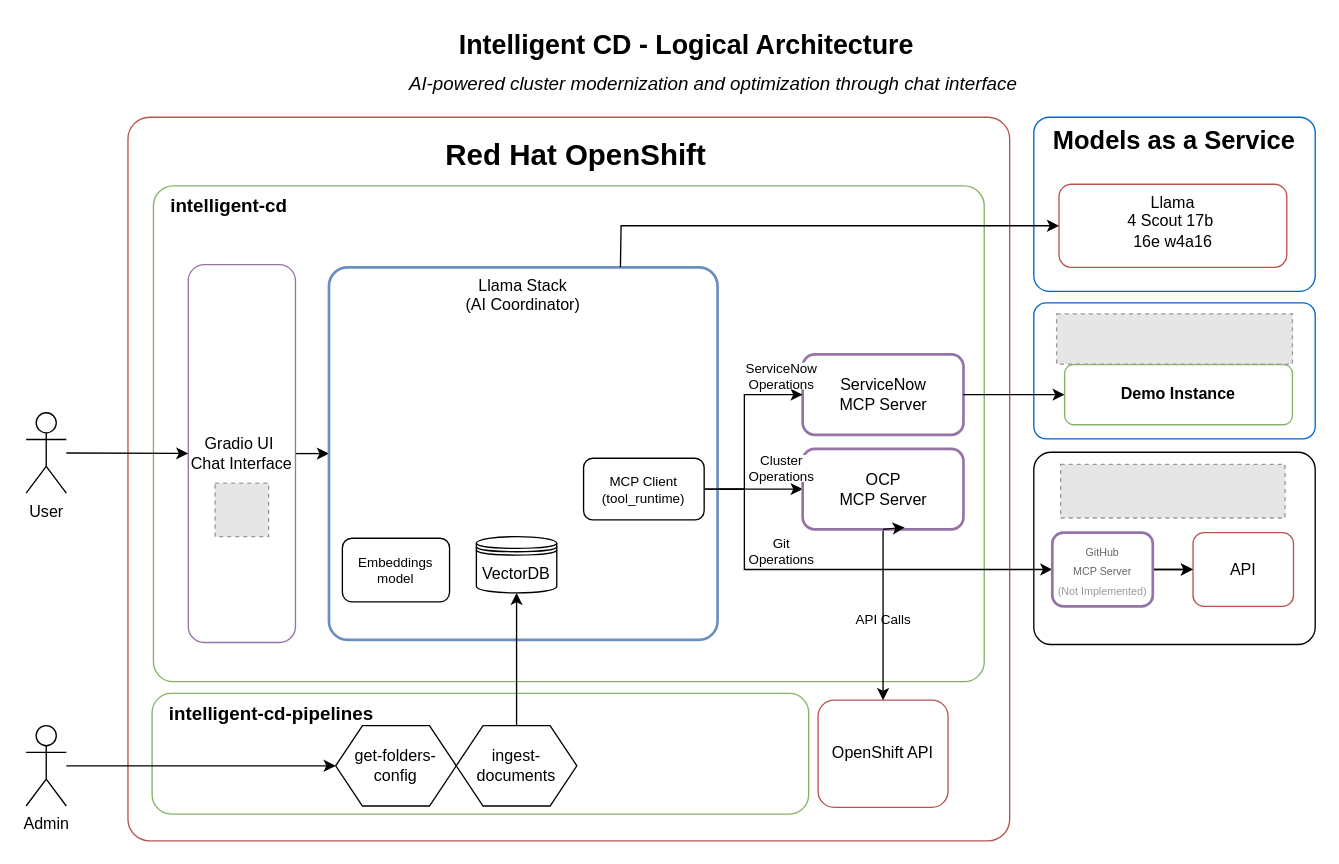
Above: architecture.drawio in alpha-hack-program/intelligent-cd-iberia (draw.io), before the change. Source tidied: cells renumbered, new cells numbered last; positions are measured from the earlier drawing's top-left corner, leaving out a move shared by most shapes. Both pictures are drawn from the tidied source at 134%, with x=0, y=0 at pixel (25, 23). Pictures stored in the file or linked from it are replaced by grey dashed boxes.
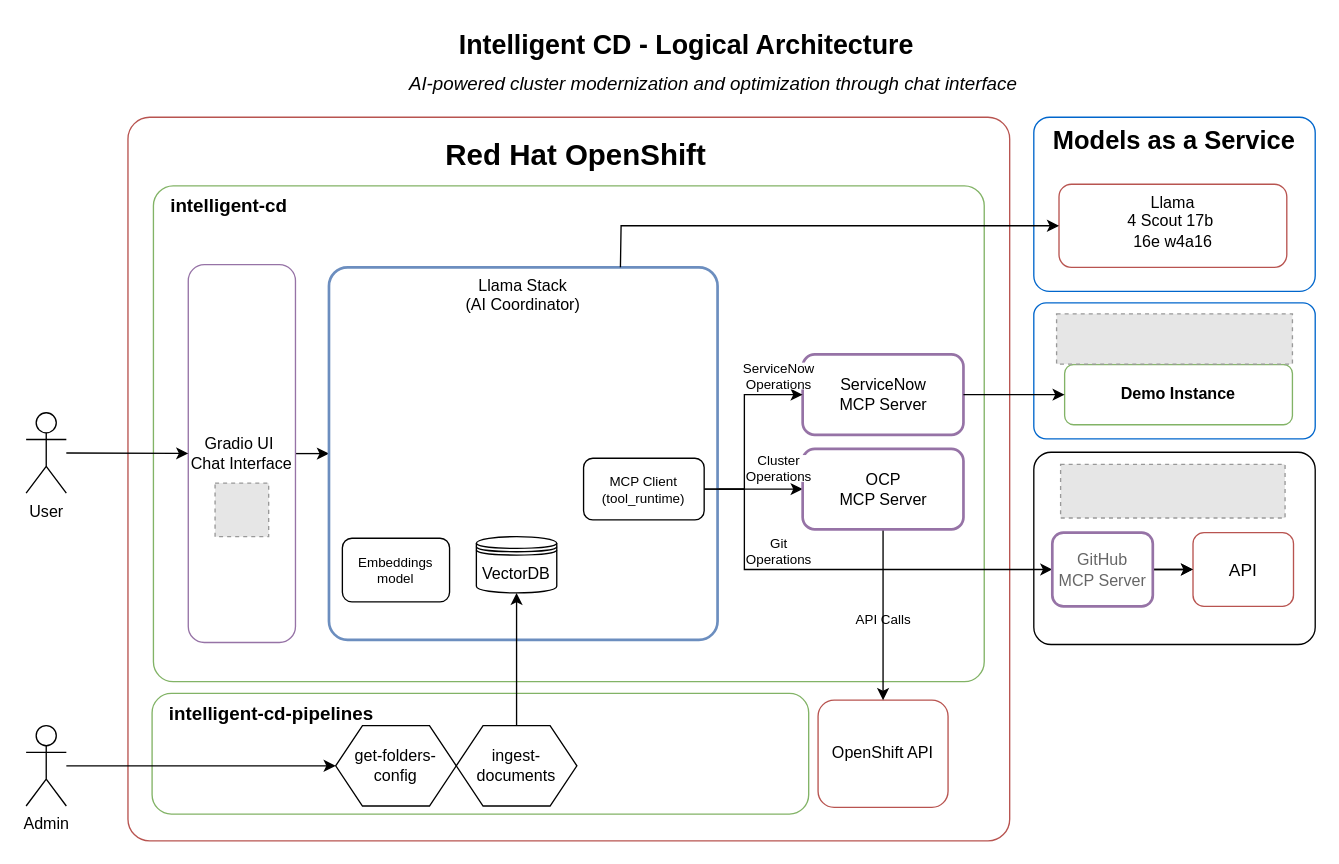
The same page after the edit.

Commit message (it also covers changes not shown here):
✏️ Update Architecture to fix typos

Unchanged cells that the change refers to:
```xml
<mxCell id="23" value="&lt;div&gt;&lt;span style=&quot;color: rgb(0, 0, 0);&quot;&gt;OCP&lt;/span&gt;&lt;/div&gt;&lt;div&gt;&lt;span style=&quot;color: rgb(0, 0, 0);&quot;&gt;MCP Server&lt;/span&gt;&lt;/div&gt;" style="rounded=1;whiteSpace=wrap;html=1;fillColor=#ffffff;strokeColor=#9673a6;fontSize=12;strokeWidth=2;" parent="1" vertex="1">
  <mxGeometry x="579.5" y="317.5" width="120" height="60" as="geometry" />
</mxCell>
```

Change to the diagram source:
```diff
@@
-    <mxCell id="10" value="API" style="rounded=1;whiteSpace=wrap;html=1;fillColor=#ffffff;strokeColor=#b85450;fontSize=12;" parent="1" vertex="1">
+    <mxCell id="10" value="API" style="rounded=1;whiteSpace=wrap;html=1;fillColor=#ffffff;strokeColor=#b85450;fontSize=13;" parent="1" vertex="1">
       <mxGeometry x="870.8" y="380" width="75" height="55" as="geometry" />
     </mxCell>
@@
-    <mxCell id="20" value="&lt;div&gt;&lt;span style=&quot;color: rgb(102, 102, 102);&quot;&gt;&lt;font style=&quot;font-size: 8px;&quot;&gt;GitHub&lt;/font&gt;&lt;/span&gt;&lt;div&gt;&lt;span style=&quot;color: rgb(102, 102, 102);&quot;&gt;&lt;font style=&quot;font-size: 8px;&quot;&gt;MCP Server&lt;/font&gt;&lt;/span&gt;&lt;/div&gt;&lt;div&gt;&lt;span style=&quot;color: rgb(153, 153, 153);&quot;&gt;&lt;font style=&quot;font-size: 8px;&quot;&gt;(Not Implemented)&lt;/font&gt;&lt;/span&gt;&lt;/div&gt;&lt;/div&gt;" style="rounded=1;whiteSpace=wrap;html=1;fontSize=12;fillColor=#FFFFFF;strokeColor=#9673a6;strokeWidth=2;" parent="1" vertex="1">
+    <mxCell id="20" value="&lt;span style=&quot;color: rgb(102, 102, 102);&quot;&gt;&lt;font&gt;GitHub&lt;/font&gt;&lt;/span&gt;&lt;div&gt;&lt;span style=&quot;color: rgb(102, 102, 102);&quot;&gt;&lt;font&gt;MCP Server&lt;/font&gt;&lt;/span&gt;&lt;/div&gt;" style="rounded=1;whiteSpace=wrap;html=1;fontSize=12;fillColor=#FFFFFF;strokeColor=#9673a6;strokeWidth=2;" parent="1" vertex="1">
       <mxGeometry x="765.8" y="380" width="75" height="55" as="geometry" />
     </mxCell>
@@
     <mxCell id="43" value="Git&lt;div&gt;Operations&lt;/div&gt;" style="text;html=1;align=center;verticalAlign=middle;whiteSpace=wrap;rounded=0;fontSize=10;fillColor=default;" parent="1" vertex="1">
-      <mxGeometry x="539" y="384" width="50" height="20" as="geometry" />
+      <mxGeometry x="537" y="384" width="50" height="20" as="geometry" />
     </mxCell>
     <mxCell id="44" value="ServiceNow Operations" style="text;html=1;align=center;verticalAlign=middle;whiteSpace=wrap;rounded=0;fontSize=10;fillColor=default;" parent="1" vertex="1">
-      <mxGeometry x="539" y="253.1" width="50" height="20" as="geometry" />
+      <mxGeometry x="537" y="253.1" width="50" height="20" as="geometry" />
     </mxCell>
     <mxCell id="45" value="Cluster Operations" style="text;html=1;align=center;verticalAlign=middle;whiteSpace=wrap;rounded=0;fontSize=10;fillColor=default;" parent="1" vertex="1">
-      <mxGeometry x="539" y="322.1" width="50" height="20" as="geometry" />
+      <mxGeometry x="537" y="322.1" width="50" height="20" as="geometry" />
     </mxCell>
-    <mxCell id="46" style="edgeStyle=none;html=1;exitX=0.5;exitY=1;exitDx=0;exitDy=0;entryX=0.634;entryY=0.977;entryDx=0;entryDy=0;entryPerimeter=0;" parent="1" edge="1" source="23" target="23">
-      <mxGeometry relative="1" as="geometry" />
-    </mxCell>
```
